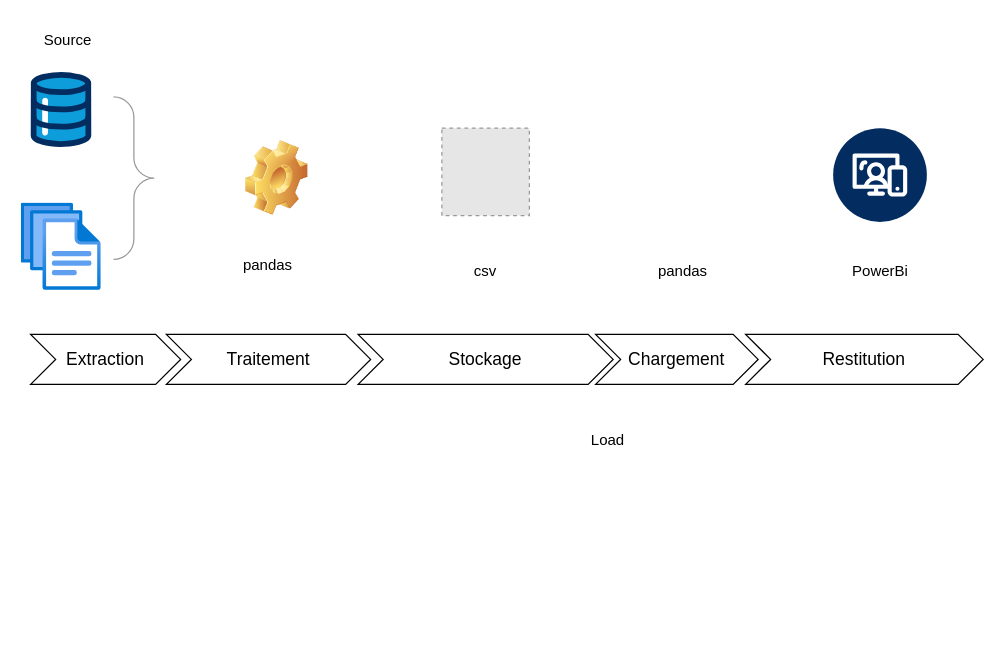
Earlier version of the draw.io diagram page "Page-1" (1 of 2) of Diagramme sans nom.drawio (abouattara/IBM-Data-Engineering). Source tidied: cells renumbered, new cells numbered last; positions are measured from the earlier drawing's top-left corner, leaving out a move shared by most shapes. Both pictures are drawn from the tidied source at 125%, with x=0, y=0 at pixel (21, 21). Pictures stored in the file or linked from it are replaced by grey dashed boxes.
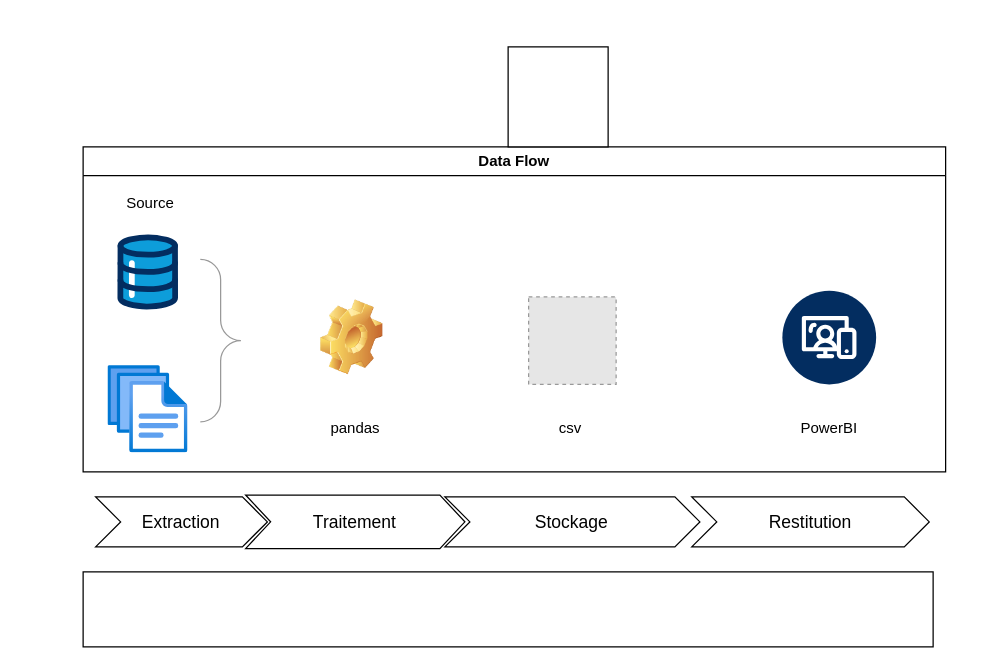
Above is the later version.

Diff of the diagram source:
```diff
@@
 <mxGraphModel>
   <root>
     <mxCell id="0" />
     <mxCell id="1" parent="0" />
-    <mxCell id="2" value="Source" style="text;html=1;align=center;verticalAlign=middle;whiteSpace=wrap;rounded=0;" parent="1" vertex="1">
-      <mxGeometry x="7" width="60" height="30" as="geometry" />
-    </mxCell>
     <mxCell id="3" style="image;html=1;align=center;fontSize=12;image=img/lib/azure2/general/Files.svg;" parent="1" vertex="1">
-      <mxGeometry x="-0.4" y="145" width="64" height="70" as="geometry" />
+      <mxGeometry x="69" y="275" width="64" height="70" as="geometry" />
     </mxCell>
-    <mxCell id="4" value="Load" style="text;html=1;align=center;verticalAlign=middle;whiteSpace=wrap;rounded=0;" parent="1" vertex="1">
-      <mxGeometry x="439" y="320" width="60" height="30" as="geometry" />
-    </mxCell>
     <mxCell id="5" style="fillColor=#E6E6E6;strokeColor=#999999;dashed=1;html=1;verticalAlign=top;verticalLabelPosition=bottom;labelBackgroundColor=#ffffff;" parent="1" vertex="1">
-      <mxGeometry x="336" y="85" width="70" height="70" as="geometry" />
+      <mxGeometry x="405.4" y="220" width="70" height="70" as="geometry" />
     </mxCell>
     <mxCell id="6" style="labelPosition=right;align=left;strokeWidth=1;shape=mxgraph.mockup.markup.curlyBrace;html=1;shadow=0;dashed=0;strokeColor=#999999;direction=north;rotation=-180;" parent="1" vertex="1">
-      <mxGeometry x="63.6" y="60" width="52" height="130" as="geometry" />
+      <mxGeometry x="133" y="190" width="52" height="130" as="geometry" />
     </mxCell>
-    <mxCell id="7" style="shape=image;html=1;verticalLabelPosition=bottom;verticalAlign=top;imageAspect=0;image=img/clipart/Gear_128x128.png;" parent="1" vertex="1">
-      <mxGeometry x="179" y="95" width="50" height="60" as="geometry" />
-    </mxCell>
     <mxCell id="8" style="verticalLabelPosition=bottom;html=1;shape=mxgraph.salesforce.data;" parent="1" vertex="1">
-      <mxGeometry x="7" y="40" width="48.6" height="60" as="geometry" />
+      <mxGeometry x="76.4" y="170" width="48.6" height="60" as="geometry" />
     </mxCell>
     <mxCell id="9" style="verticalLabelPosition=bottom;html=1;shape=mxgraph.salesforce.web2;" parent="1" vertex="1">
-      <mxGeometry x="649" y="85" width="75" height="75" as="geometry" />
+      <mxGeometry x="608.4" y="215" width="75" height="75" as="geometry" />
     </mxCell>
     <mxCell id="10" value="Extraction" style="html=1;shape=mxgraph.infographic.ribbonSimple;notch1=20;notch2=20;align=center;verticalAlign=middle;fontSize=14;fontStyle=0;fillColor=#FFFFFF;whiteSpace=wrap;" parent="1" vertex="1">
-      <mxGeometry x="7" y="250" width="120" height="40" as="geometry" />
+      <mxGeometry x="59" y="380" width="137.4" height="40" as="geometry" />
     </mxCell>
     <mxCell id="11" value="Traitement" style="html=1;shape=mxgraph.infographic.ribbonSimple;notch1=20;notch2=20;align=center;verticalAlign=middle;fontSize=14;fontStyle=0;fillColor=#FFFFFF;whiteSpace=wrap;" parent="1" vertex="1">
-      <mxGeometry x="115.6" y="250" width="163.4" height="40" as="geometry" />
+      <mxGeometry x="179" y="378.5" width="175.4" height="42.9" as="geometry" />
     </mxCell>
     <mxCell id="12" value="Stockage" style="html=1;shape=mxgraph.infographic.ribbonSimple;notch1=20;notch2=20;align=center;verticalAlign=middle;fontSize=14;fontStyle=0;fillColor=#FFFFFF;whiteSpace=wrap;" parent="1" vertex="1">
-      <mxGeometry x="269" y="250" width="204" height="40" as="geometry" />
+      <mxGeometry x="338.4" y="380" width="204" height="40" as="geometry" />
     </mxCell>
-    <mxCell id="13" value="Chargement" style="html=1;shape=mxgraph.infographic.ribbonSimple;notch1=20;notch2=20;align=center;verticalAlign=middle;fontSize=14;fontStyle=0;fillColor=#FFFFFF;whiteSpace=wrap;" parent="1" vertex="1">
-      <mxGeometry x="459" y="250" width="130" height="40" as="geometry" />
-    </mxCell>
     <mxCell id="14" value="Restitution" style="html=1;shape=mxgraph.infographic.ribbonSimple;notch1=20;notch2=20;align=center;verticalAlign=middle;fontSize=14;fontStyle=0;fillColor=#FFFFFF;whiteSpace=wrap;" parent="1" vertex="1">
-      <mxGeometry x="579" y="250" width="190" height="40" as="geometry" />
+      <mxGeometry x="535.9" y="380" width="190" height="40" as="geometry" />
     </mxCell>
     <mxCell id="15" value="pandas" style="text;html=1;align=center;verticalAlign=middle;whiteSpace=wrap;rounded=0;" parent="1" vertex="1">
-      <mxGeometry x="167.3" y="180" width="60" height="30" as="geometry" />
+      <mxGeometry x="236.7" y="310" width="60" height="30" as="geometry" />
     </mxCell>
+    <mxCell id="19" value="Data Flow" style="swimlane;whiteSpace=wrap;html=1;" parent="1" vertex="1">
+      <mxGeometry x="49" y="100" width="690" height="260" as="geometry" />
+    </mxCell>
+    <mxCell id="2" value="Source" style="text;html=1;align=center;verticalAlign=middle;whiteSpace=wrap;rounded=0;" parent="19" vertex="1">
+      <mxGeometry x="24" y="30" width="60" height="30" as="geometry" />
+    </mxCell>
+    <mxCell id="7" style="shape=image;html=1;verticalLabelPosition=bottom;verticalAlign=top;imageAspect=0;image=img/clipart/Gear_128x128.png;" parent="19" vertex="1">
+      <mxGeometry x="190" y="122.5" width="50" height="60" as="geometry" />
+    </mxCell>
-    <mxCell id="16" value="csv" style="text;html=1;align=center;verticalAlign=middle;whiteSpace=wrap;rounded=0;" parent="1" vertex="1">
-      <mxGeometry x="341" y="185" width="60" height="30" as="geometry" />
+    <mxCell id="16" value="csv" style="text;html=1;align=center;verticalAlign=middle;whiteSpace=wrap;rounded=0;" parent="19" vertex="1">
+      <mxGeometry x="360" y="210" width="60" height="30" as="geometry" />
     </mxCell>
-    <mxCell id="17" value="pandas" style="text;html=1;align=center;verticalAlign=middle;whiteSpace=wrap;rounded=0;" parent="1" vertex="1">
-      <mxGeometry x="499" y="185" width="60" height="30" as="geometry" />
-    </mxCell>
-    <mxCell id="18" value="PowerBi" style="text;html=1;align=center;verticalAlign=middle;whiteSpace=wrap;rounded=0;" parent="1" vertex="1">
-      <mxGeometry x="656.5" y="185" width="60" height="30" as="geometry" />
+    <mxCell id="18" value="PowerBI" style="text;html=1;align=center;verticalAlign=middle;whiteSpace=wrap;rounded=0;" parent="19" vertex="1">
+      <mxGeometry x="566.9" y="210" width="60" height="30" as="geometry" />
     </mxCell>
+    <mxCell id="20" style="whiteSpace=wrap;html=1;" parent="1" vertex="1">
+      <mxGeometry x="389" y="20" width="80" height="80" as="geometry" />
+    </mxCell>
+    <mxCell id="21" style="rounded=0;whiteSpace=wrap;html=1;" parent="1" vertex="1">
+      <mxGeometry x="49" y="440" width="680" height="60" as="geometry" />
+    </mxCell>
   </root>
 </mxGraphModel>
```
